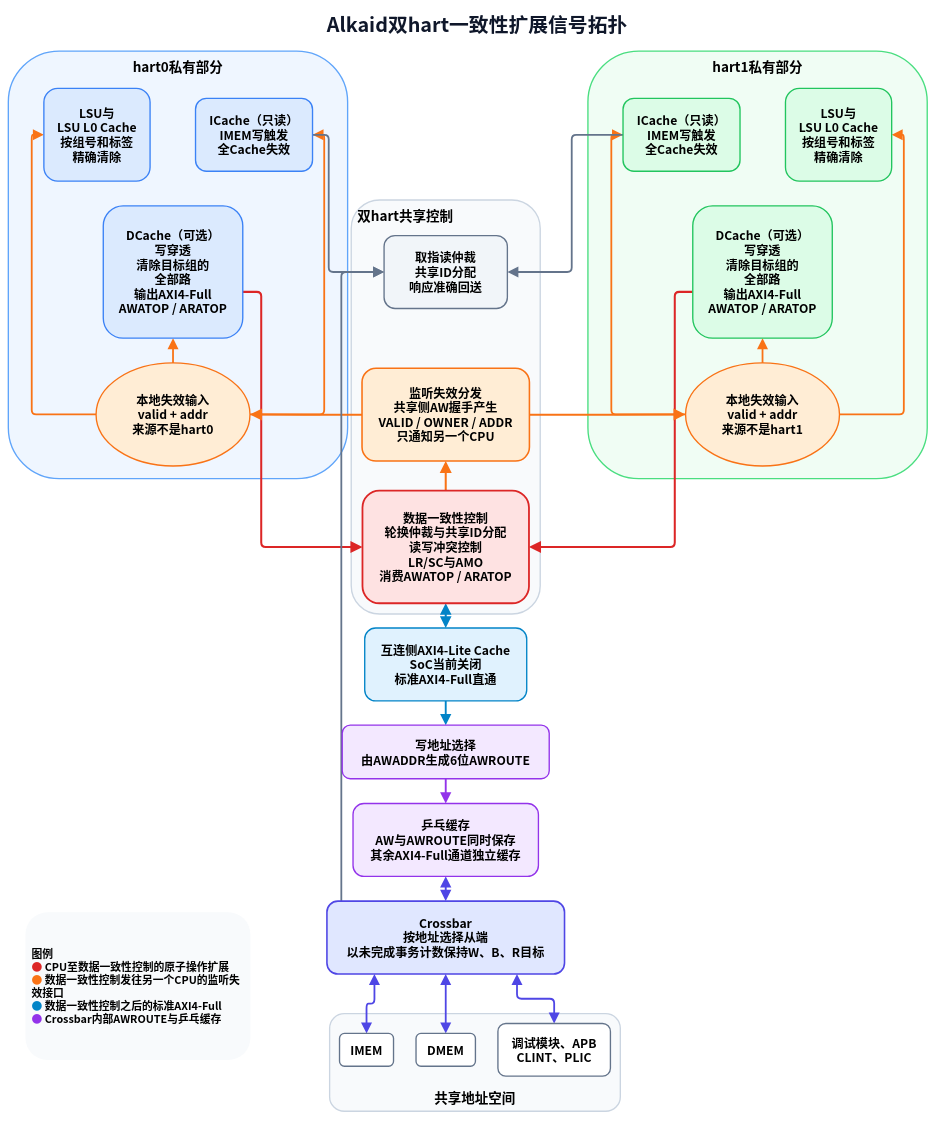
Above: RISC-V & CPU/_media/alkaid_multicore/alkaid_coherence_signal_topology.drawio in Little-W/Obsidian (draw.io), before the change. Source tidied: cells renumbered, new cells numbered last; positions are measured from the earlier drawing's top-left corner, leaving out a move shared by most shapes. Both pictures are drawn from the tidied source at 45%, with x=0, y=0 at pixel (8, 8).
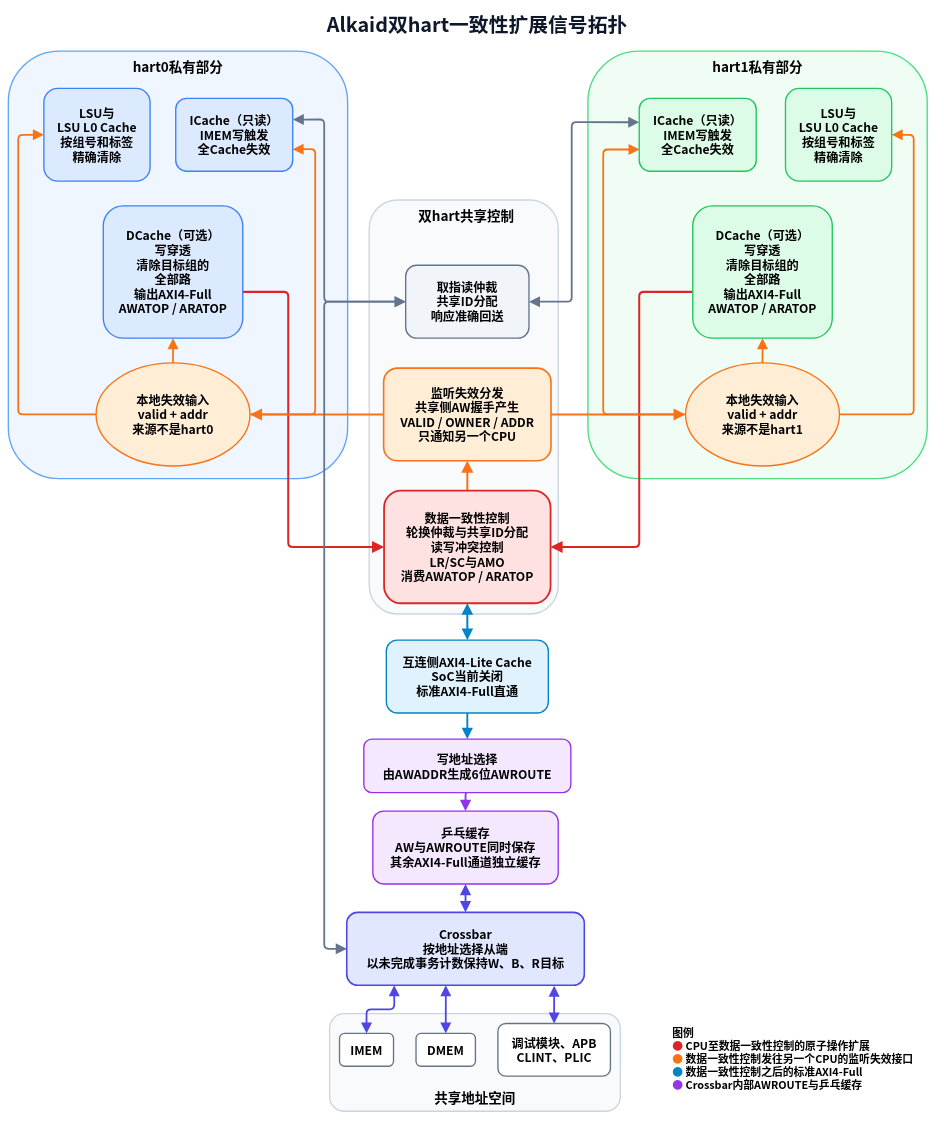
Above is the later version.

The change refers to these unchanged cells:
```xml
<mxCell id="28" value="LSU与&#10;LSU L0 Cache&#10;按组号和标签&#10;精确清除" style="rounded=1;whiteSpace=wrap;html=1;fillColor=#DBEAFE;strokeColor=#3B82F6;strokeWidth=3;fontFamily=Noto Sans CJK SC;fontSize=27;fontStyle=1;align=center;verticalAlign=middle;" parent="1" vertex="1">
  <mxGeometry x="79" y="179" width="236" height="206" as="geometry" />
</mxCell>
<mxCell id="30" value="DCache（可选）&#10;写穿透&#10;清除目标组的&#10;全部路&#10;输出AXI4-Full&#10;AWATOP / ARATOP" style="rounded=1;whiteSpace=wrap;html=1;fillColor=#DBEAFE;strokeColor=#3B82F6;strokeWidth=3;fontFamily=Noto Sans CJK SC;fontSize=27;fontStyle=1;align=center;verticalAlign=middle;" parent="1" vertex="1">
  <mxGeometry x="211" y="440" width="310" height="294" as="geometry" />
</mxCell>
<mxCell id="31" value="本地失效输入&#10;valid + addr&#10;来源不是hart0" style="ellipse;whiteSpace=wrap;html=1;fillColor=#FFEDD5;strokeColor=#F97316;strokeWidth=3;fontFamily=Noto Sans CJK SC;fontSize=27;fontStyle=1;align=center;verticalAlign=middle;" parent="1" vertex="1">
  <mxGeometry x="195" y="789" width="342" height="229" as="geometry" />
</mxCell>
<mxCell id="33" value="LSU与&#10;LSU L0 Cache&#10;按组号和标签&#10;精确清除" style="rounded=1;whiteSpace=wrap;html=1;fillColor=#DCFCE7;strokeColor=#22C55E;strokeWidth=3;fontFamily=Noto Sans CJK SC;fontSize=27;fontStyle=1;align=center;verticalAlign=middle;" parent="1" vertex="1">
  <mxGeometry x="1727" y="179" width="236" height="206" as="geometry" />
</mxCell>
<mxCell id="34" value="DCache（可选）&#10;写穿透&#10;清除目标组的&#10;全部路&#10;输出AXI4-Full&#10;AWATOP / ARATOP" style="rounded=1;whiteSpace=wrap;html=1;fillColor=#DCFCE7;strokeColor=#22C55E;strokeWidth=3;fontFamily=Noto Sans CJK SC;fontSize=27;fontStyle=1;align=center;verticalAlign=middle;" parent="1" vertex="1">
  <mxGeometry x="1521" y="440" width="310" height="294" as="geometry" />
</mxCell>
<mxCell id="35" value="本地失效输入&#10;valid + addr&#10;来源不是hart1" style="ellipse;whiteSpace=wrap;html=1;fillColor=#FFEDD5;strokeColor=#F97316;strokeWidth=3;fontFamily=Noto Sans CJK SC;fontSize=27;fontStyle=1;align=center;verticalAlign=middle;" parent="1" vertex="1">
  <mxGeometry x="1505" y="789" width="342" height="229" as="geometry" />
</mxCell>
<mxCell id="44" value="DMEM" style="rounded=1;whiteSpace=wrap;html=1;fillColor=#FFFFFF;strokeColor=#64748B;strokeWidth=3;fontFamily=Noto Sans CJK SC;fontSize=27;fontStyle=1;align=center;verticalAlign=middle;" parent="1" vertex="1">
  <mxGeometry x="906" y="2279" width="132" height="73" as="geometry" />
</mxCell>
<mxCell id="45" value="调试模块、APB&#10;CLINT、PLIC" style="rounded=1;whiteSpace=wrap;html=1;fillColor=#FFFFFF;strokeColor=#64748B;strokeWidth=3;fontFamily=Noto Sans CJK SC;fontSize=27;fontStyle=1;align=center;verticalAlign=middle;" parent="1" vertex="1">
  <mxGeometry x="1088" y="2257" width="250" height="117" as="geometry" />
</mxCell>
```

The edit, as a diff of the source:
```diff
@@
-    <mxCell id="5" value="双hart共享控制" style="rounded=1;whiteSpace=wrap;html=1;fillColor=#F8FAFC;strokeColor=#CBD5E1;strokeWidth=3;fontFamily=Noto Sans CJK SC;fontSize=30;fontStyle=1;align=left;verticalAlign=top;spacingTop=10;spacingLeft=12;" parent="1" vertex="1">
-      <mxGeometry x="762" y="427" width="420" height="920" as="geometry" />
+    <mxCell id="5" value="双hart共享控制" style="rounded=1;whiteSpace=wrap;html=1;fillColor=#F8FAFC;strokeColor=#CBD5E1;strokeWidth=3;fontFamily=Noto Sans CJK SC;fontSize=30;fontStyle=1;align=center;verticalAlign=top;spacingTop=10;spacingLeft=12;" parent="1" vertex="1">
+      <mxGeometry x="802" y="427" width="420" height="920" as="geometry" />
     </mxCell>
@@
     <mxCell id="7" style="edgeStyle=orthogonalEdgeStyle;rounded=1;jettySize=auto;html=1;strokeColor=#F97316;strokeWidth=4;endArrow=block;endFill=1;endSize=14;exitX=0;exitY=0.5;entryX=0;entryY=0.5;" parent="1" edge="1" source="31" target="28">
       <mxGeometry relative="1" as="geometry">
         <Array as="points">
-          <mxPoint x="52" y="904" />
-          <mxPoint x="52" y="282" />
+          <mxPoint x="22" y="903" />
+          <mxPoint x="22" y="282" />
         </Array>
       </mxGeometry>
     </mxCell>
-    <mxCell id="8" style="edgeStyle=orthogonalEdgeStyle;rounded=1;jettySize=auto;html=1;strokeColor=#F97316;strokeWidth=4;endArrow=block;endFill=1;endSize=14;exitX=1;exitY=0.5;entryX=1;entryY=0.5;" parent="1" edge="1" source="31" target="29">
+    <mxCell id="8" style="edgeStyle=orthogonalEdgeStyle;rounded=1;jettySize=auto;html=1;strokeColor=#F97316;strokeWidth=4;endArrow=block;endFill=1;endSize=14;exitX=1;exitY=0.5;entryX=0.999;entryY=0.698;entryDx=0;entryDy=0;entryPerimeter=0;" parent="1" edge="1" source="31" target="29">
       <mxGeometry relative="1" as="geometry">
         <Array as="points">
-          <mxPoint x="702" y="904" />
-          <mxPoint x="702" y="282" />
+          <mxPoint x="682" y="904" />
+          <mxPoint x="682" y="315" />
+          <mxPoint x="632" y="315" />
         </Array>
       </mxGeometry>
     </mxCell>
@@
-    <mxCell id="10" style="edgeStyle=orthogonalEdgeStyle;rounded=1;jettySize=auto;html=1;strokeColor=#F97316;strokeWidth=4;endArrow=block;endFill=1;endSize=14;exitX=0;exitY=0.5;entryX=0;entryY=0.5;" parent="1" edge="1" source="35" target="32">
+    <mxCell id="10" style="edgeStyle=orthogonalEdgeStyle;rounded=1;jettySize=auto;html=1;strokeColor=#F97316;strokeWidth=4;endArrow=block;endFill=1;endSize=14;exitX=0;exitY=0.5;entryX=0.003;entryY=0.702;entryDx=0;entryDy=0;entryPerimeter=0;" parent="1" edge="1" source="35" target="32">
       <mxGeometry relative="1" as="geometry">
         <Array as="points">
-          <mxPoint x="1340" y="904" />
-          <mxPoint x="1340" y="282" />
+          <mxPoint x="1322" y="904" />
+          <mxPoint x="1322" y="315" />
+          <mxPoint x="1403" y="315" />
         </Array>
       </mxGeometry>
     </mxCell>
     <mxCell id="11" style="edgeStyle=orthogonalEdgeStyle;rounded=1;jettySize=auto;html=1;strokeColor=#F97316;strokeWidth=4;endArrow=block;endFill=1;endSize=14;exitX=1;exitY=0.5;entryX=1;entryY=0.5;" parent="1" edge="1" source="35" target="33">
       <mxGeometry relative="1" as="geometry">
         <Array as="points">
-          <mxPoint x="1990" y="904" />
-          <mxPoint x="1990" y="282" />
+          <mxPoint x="2012" y="904" />
+          <mxPoint x="2012" y="282" />
         </Array>
       </mxGeometry>
     </mxCell>
@@
     <mxCell id="13" style="edgeStyle=orthogonalEdgeStyle;rounded=1;jettySize=auto;html=1;strokeColor=#DC2626;strokeWidth=4.5;endArrow=block;endFill=1;endSize=15;exitX=1;exitY=0.65;entryX=0;entryY=0.5;" parent="1" edge="1" source="30" target="38">
       <mxGeometry relative="1" as="geometry">
         <Array as="points">
-          <mxPoint x="562" y="631" />
-          <mxPoint x="562" y="1198" />
+          <mxPoint x="622" y="631" />
+          <mxPoint x="622" y="1198" />
         </Array>
       </mxGeometry>
     </mxCell>
     <mxCell id="14" style="edgeStyle=orthogonalEdgeStyle;rounded=1;jettySize=auto;html=1;strokeColor=#DC2626;strokeWidth=4.5;endArrow=block;endFill=1;endSize=15;exitX=0;exitY=0.65;entryX=1;entryY=0.5;" parent="1" edge="1" source="34" target="38">
       <mxGeometry relative="1" as="geometry">
         <Array as="points">
-          <mxPoint x="1481" y="631" />
-          <mxPoint x="1481" y="1198" />
+          <mxPoint x="1402" y="631" />
+          <mxPoint x="1402" y="1198" />
         </Array>
       </mxGeometry>
     </mxCell>
-    <mxCell id="15" style="edgeStyle=orthogonalEdgeStyle;rounded=1;jettySize=auto;html=1;strokeColor=#64748B;strokeWidth=4;endArrow=block;endFill=1;endSize=14;exitX=1;exitY=0.5;entryX=0;entryY=0.5;" parent="1" edge="1" source="29" target="36">
+    <mxCell id="15" style="edgeStyle=orthogonalEdgeStyle;rounded=1;jettySize=auto;html=1;strokeColor=#64748B;strokeWidth=4;startArrow=block;startFill=1;startSize=14;endArrow=block;endFill=1;endSize=14;exitX=1.001;exitY=0.291;entryX=0;entryY=0.5;exitDx=0;exitDy=0;exitPerimeter=0;entryDx=0;entryDy=0;" parent="1" edge="1" source="29" target="36">
       <mxGeometry relative="1" as="geometry">
         <Array as="points">
-          <mxPoint x="712" y="282" />
-          <mxPoint x="712" y="587" />
+          <mxPoint x="702" y="248" />
+          <mxPoint x="702" y="653" />
         </Array>
       </mxGeometry>
     </mxCell>
-    <mxCell id="16" style="edgeStyle=orthogonalEdgeStyle;rounded=1;jettySize=auto;html=1;strokeColor=#64748B;strokeWidth=4;endArrow=block;endFill=1;endSize=14;exitX=0;exitY=0.5;entryX=1;entryY=0.5;" parent="1" edge="1" source="32" target="36">
+    <mxCell id="16" style="edgeStyle=orthogonalEdgeStyle;rounded=1;jettySize=auto;html=1;strokeColor=#64748B;strokeWidth=4;startArrow=block;startFill=1;startSize=14;endArrow=block;endFill=1;endSize=14;exitX=0;exitY=0.328;entryX=1;entryY=0.5;exitDx=0;exitDy=0;exitPerimeter=0;" parent="1" edge="1" source="32" target="36">
       <mxGeometry relative="1" as="geometry">
         <Array as="points">
-          <mxPoint x="1252" y="282" />
-          <mxPoint x="1252" y="587" />
+          <mxPoint x="1252" y="254" />
+          <mxPoint x="1252" y="653" />
         </Array>
       </mxGeometry>
     </mxCell>
@@
     <mxCell id="24" style="edgeStyle=orthogonalEdgeStyle;rounded=1;jettySize=auto;html=1;strokeColor=#64748B;strokeWidth=4;startArrow=block;startFill=1;startSize=14;endArrow=block;endFill=1;endSize=14;exitX=0;exitY=0.5;entryX=0;entryY=0.5;" parent="1" edge="1" source="36" target="42">
       <mxGeometry relative="1" as="geometry">
         <Array as="points">
-          <mxPoint x="740" y="587" />
-          <mxPoint x="740" y="2066" />
+          <mxPoint x="702" y="653" />
+          <mxPoint x="702" y="2091" />
         </Array>
       </mxGeometry>
     </mxCell>
@@
-    <mxCell id="26" style="edgeStyle=orthogonalEdgeStyle;rounded=1;jettySize=auto;html=1;strokeColor=#4F46E5;strokeWidth=4;startArrow=block;startFill=1;startSize=14;endArrow=block;endFill=1;endSize=14;exitX=0.5;exitY=1;entryX=0.5;entryY=0;" parent="1" edge="1" source="42" target="44">
+    <mxCell id="26" style="edgeStyle=orthogonalEdgeStyle;rounded=1;jettySize=auto;html=1;strokeColor=#4F46E5;strokeWidth=4;startArrow=block;startFill=1;startSize=14;endArrow=block;endFill=1;endSize=14;exitX=0.417;exitY=1;entryX=0.5;entryY=0;exitDx=0;exitDy=0;exitPerimeter=0;" parent="1" edge="1" source="42" target="44">
       <mxGeometry relative="1" as="geometry" />
     </mxCell>
-    <mxCell id="27" style="edgeStyle=orthogonalEdgeStyle;rounded=1;jettySize=auto;html=1;strokeColor=#4F46E5;strokeWidth=4;startArrow=block;startFill=1;startSize=14;endArrow=block;endFill=1;endSize=14;exitX=0.8;exitY=1;entryX=0.5;entryY=0;" parent="1" edge="1" source="42" target="45">
+    <mxCell id="27" style="edgeStyle=orthogonalEdgeStyle;rounded=1;jettySize=auto;html=1;strokeColor=#4F46E5;strokeWidth=4;startArrow=block;startFill=1;startSize=14;endArrow=block;endFill=1;endSize=14;exitX=0.873;exitY=1.005;entryX=0.5;entryY=0;exitDx=0;exitDy=0;exitPerimeter=0;" parent="1" edge="1" source="42" target="45">
       <mxGeometry relative="1" as="geometry" />
     </mxCell>
@@
     <mxCell id="29" value="ICache（只读）&#10;IMEM写触发&#10;全Cache失效" style="rounded=1;whiteSpace=wrap;html=1;fillColor=#DBEAFE;strokeColor=#3B82F6;strokeWidth=3;fontFamily=Noto Sans CJK SC;fontSize=27;fontStyle=1;align=center;verticalAlign=middle;" parent="1" vertex="1">
-      <mxGeometry x="416" y="201" width="260" height="162" as="geometry" />
+      <mxGeometry x="372" y="201" width="260" height="162" as="geometry" />
     </mxCell>
@@
     <mxCell id="32" value="ICache（只读）&#10;IMEM写触发&#10;全Cache失效" style="rounded=1;whiteSpace=wrap;html=1;fillColor=#DCFCE7;strokeColor=#22C55E;strokeWidth=3;fontFamily=Noto Sans CJK SC;fontSize=27;fontStyle=1;align=center;verticalAlign=middle;" parent="1" vertex="1">
-      <mxGeometry x="1366" y="201" width="260" height="162" as="geometry" />
+      <mxGeometry x="1402" y="201" width="260" height="162" as="geometry" />
     </mxCell>
@@
     <mxCell id="36" value="取指读仲裁&#10;共享ID分配&#10;响应准确回送" style="rounded=1;whiteSpace=wrap;html=1;fillColor=#F1F5F9;strokeColor=#64748B;strokeWidth=3;fontFamily=Noto Sans CJK SC;fontSize=27;fontStyle=1;align=center;verticalAlign=middle;" parent="1" vertex="1">
-      <mxGeometry x="835" y="506" width="274" height="162" as="geometry" />
+      <mxGeometry x="883" y="572" width="274" height="162" as="geometry" />
     </mxCell>
     <mxCell id="37" value="监听失效分发&#10;共享侧AW握手产生&#10;VALID / OWNER / ADDR&#10;只通知另一个CPU" style="rounded=1;whiteSpace=wrap;html=1;fillColor=#FFEDD5;strokeColor=#F97316;strokeWidth=3.5;fontFamily=Noto Sans CJK SC;fontSize=27;fontStyle=1;align=center;verticalAlign=middle;" parent="1" vertex="1">
-      <mxGeometry x="786" y="801" width="372" height="206" as="geometry" />
+      <mxGeometry x="834" y="800.5" width="372" height="206" as="geometry" />
     </mxCell>
     <mxCell id="38" value="数据一致性控制&#10;轮换仲裁与共享ID分配&#10;读写冲突控制&#10;LR/SC与AMO&#10;消费AWATOP / ARATOP" style="rounded=1;whiteSpace=wrap;html=1;fillColor=#FEE2E2;strokeColor=#DC2626;strokeWidth=4;fontFamily=Noto Sans CJK SC;fontSize=27;fontStyle=1;align=center;verticalAlign=middle;" parent="1" vertex="1">
-      <mxGeometry x="787" y="1073" width="370" height="250" as="geometry" />
+      <mxGeometry x="835" y="1073" width="370" height="250" as="geometry" />
     </mxCell>
     <mxCell id="39" value="互连侧AXI4-Lite Cache&#10;SoC当前关闭&#10;标准AXI4-Full直通" style="rounded=1;whiteSpace=wrap;html=1;fillColor=#E0F2FE;strokeColor=#0284C7;strokeWidth=3;fontFamily=Noto Sans CJK SC;fontSize=27;fontStyle=1;align=center;verticalAlign=middle;" parent="1" vertex="1">
-      <mxGeometry x="792" y="1378" width="360" height="162" as="geometry" />
+      <mxGeometry x="840" y="1405" width="360" height="162" as="geometry" />
     </mxCell>
     <mxCell id="40" value="写地址选择&#10;由AWADDR生成6位AWROUTE" style="rounded=1;whiteSpace=wrap;html=1;fillColor=#F3E8FF;strokeColor=#9333EA;strokeWidth=3;fontFamily=Noto Sans CJK SC;fontSize=27;fontStyle=1;align=center;verticalAlign=middle;" parent="1" vertex="1">
-      <mxGeometry x="742" y="1594" width="460" height="119" as="geometry" />
+      <mxGeometry x="790" y="1625" width="460" height="119" as="geometry" />
     </mxCell>
     <mxCell id="41" value="乒乓缓存&#10;AW与AWROUTE同时保存&#10;其余AXI4-Full通道独立缓存" style="rounded=1;whiteSpace=wrap;html=1;fillColor=#F3E8FF;strokeColor=#9333EA;strokeWidth=3;fontFamily=Noto Sans CJK SC;fontSize=27;fontStyle=1;align=center;verticalAlign=middle;" parent="1" vertex="1">
-      <mxGeometry x="766" y="1768" width="412" height="162" as="geometry" />
+      <mxGeometry x="810" y="1785" width="412" height="162" as="geometry" />
     </mxCell>
     <mxCell id="42" value="Crossbar&#10;按地址选择从端&#10;以未完成事务计数保持W、B、R目标" style="rounded=1;whiteSpace=wrap;html=1;fillColor=#E0E7FF;strokeColor=#4F46E5;strokeWidth=3.5;fontFamily=Noto Sans CJK SC;fontSize=27;fontStyle=1;align=center;verticalAlign=middle;" parent="1" vertex="1">
-      <mxGeometry x="708" y="1985" width="528" height="162" as="geometry" />
+      <mxGeometry x="752" y="2010" width="528" height="162" as="geometry" />
     </mxCell>
@@
-    <mxCell id="46" value="&lt;b&gt;图例&lt;/b&gt;&lt;br&gt;&lt;font color=&quot;#DC2626&quot;&gt;●&lt;/font&gt; CPU至数据一致性控制的原子操作扩展&lt;br&gt;&lt;font color=&quot;#F97316&quot;&gt;●&lt;/font&gt; 数据一致性控制发往另一个CPU的监听失效接口&lt;br&gt;&lt;font color=&quot;#0284C7&quot;&gt;●&lt;/font&gt; 数据一致性控制之后的标准AXI4-Full&lt;br&gt;&lt;font color=&quot;#9333EA&quot;&gt;●&lt;/font&gt; Crossbar内部AWROUTE与乒乓缓存" style="rounded=1;whiteSpace=wrap;html=1;fillColor=#F8FAFC;strokeColor=none;fontFamily=Noto Sans CJK SC;fontSize=24;fontStyle=1;align=left;verticalAlign=middle;spacingLeft=12;spacingRight=12;spacingTop=10;spacingBottom=10;" parent="1" vertex="1">
-      <mxGeometry x="38" y="2010" width="500" height="328" as="geometry" />
+    <mxCell id="46" value="&lt;b&gt;图例&lt;/b&gt;&lt;br&gt;&lt;font color=&quot;#DC2626&quot;&gt;●&lt;/font&gt; CPU至数据一致性控制的原子操作扩展&lt;br&gt;&lt;font color=&quot;#F97316&quot;&gt;●&lt;/font&gt; 数据一致性控制发往另一个CPU的监听失效接口&lt;br&gt;&lt;font color=&quot;#0284C7&quot;&gt;●&lt;/font&gt; 数据一致性控制之后的标准AXI4-Full&lt;br&gt;&lt;font color=&quot;#9333EA&quot;&gt;●&lt;/font&gt; Crossbar内部AWROUTE与乒乓缓存" style="rounded=1;whiteSpace=wrap;html=1;fillColor=none;strokeColor=none;fontFamily=Noto Sans CJK SC;fontSize=24;fontStyle=1;align=left;verticalAlign=middle;spacingLeft=12;spacingRight=12;spacingTop=10;spacingBottom=10;" parent="1" vertex="1">
+      <mxGeometry x="1462" y="2165" width="600" height="339" as="geometry" />
     </mxCell>
```
